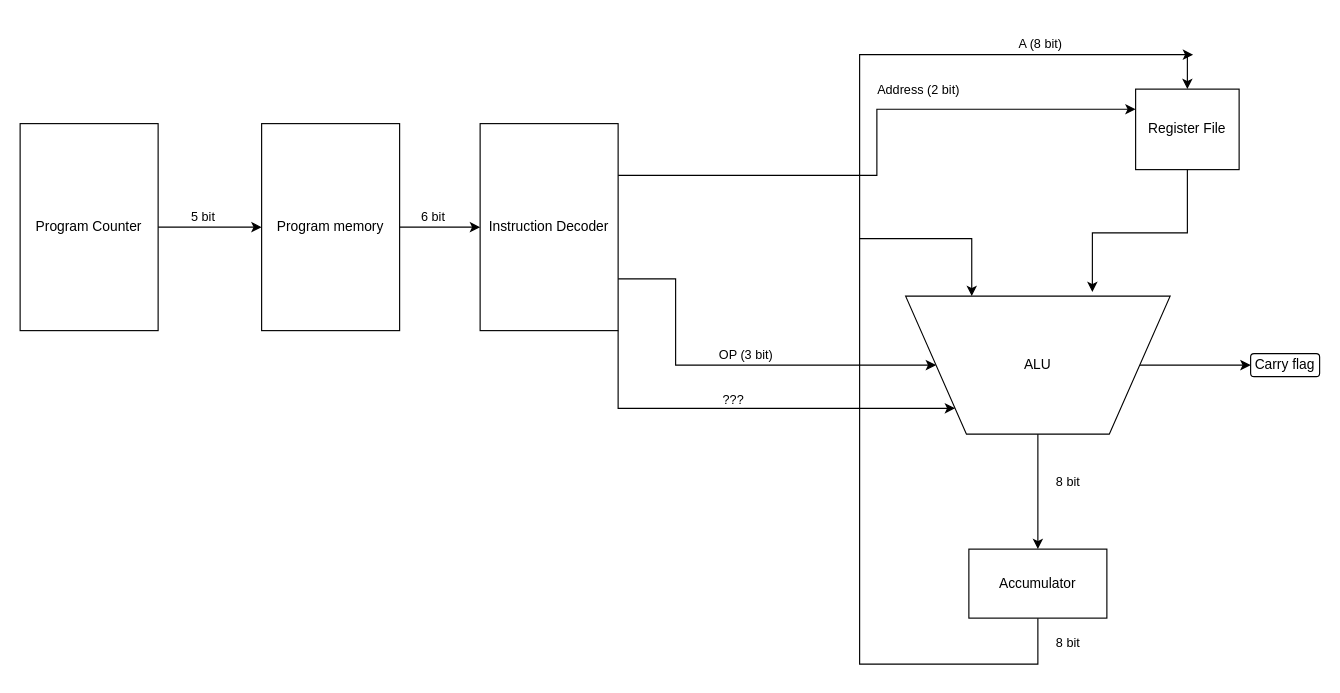
Above: Schema.drawio in sallah21/Salamander-4 (draw.io), before the change. Source tidied: cells renumbered, new cells numbered last; positions are measured from the earlier drawing's top-left corner, leaving out a move shared by most shapes. Both pictures are drawn from the tidied source at 115%, with x=0, y=0 at pixel (20, 54).
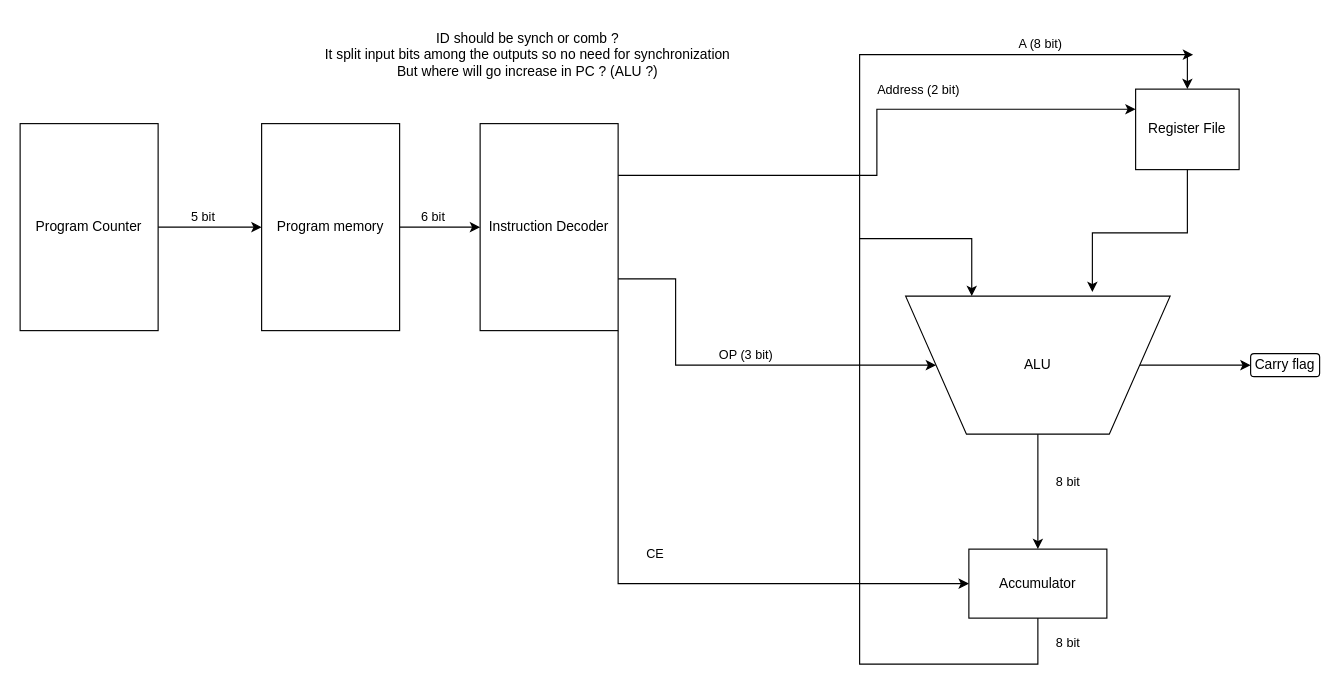
After the change.

The change refers to these unchanged cells:
```xml
<mxCell id="15" value="Instruction Decoder" style="rounded=0;whiteSpace=wrap;html=1;" parent="1" vertex="1">
  <mxGeometry x="400" y="60" width="120" height="180" as="geometry" />
</mxCell>
<mxCell id="19" value="ALU" style="verticalLabelPosition=middle;verticalAlign=middle;html=1;shape=trapezoid;perimeter=trapezoidPerimeter;whiteSpace=wrap;size=0.23;arcSize=10;flipV=1;labelPosition=center;align=center;" parent="1" vertex="1">
  <mxGeometry x="770" y="210" width="230" height="120" as="geometry" />
</mxCell>
<mxCell id="24" value="Accumulator" style="rounded=0;whiteSpace=wrap;html=1;" parent="1" vertex="1">
  <mxGeometry x="825" y="430" width="120" height="60" as="geometry" />
</mxCell>
```

Change to the diagram source:
```diff
@@
-    <mxCell id="13" style="edgeStyle=orthogonalEdgeStyle;rounded=0;jettySize=auto;html=1;exitX=1;exitY=1;exitDx=0;exitDy=0;entryX=0;entryY=1;entryDx=0;entryDy=0;" parent="1" edge="1" source="15" target="19">
+    <mxCell id="13" style="edgeStyle=orthogonalEdgeStyle;rounded=0;jettySize=auto;html=1;exitX=1;exitY=1;exitDx=0;exitDy=0;entryX=0;entryY=0.5;entryDx=0;entryDy=0;" parent="1" edge="1" source="15" target="24">
       <mxGeometry relative="1" as="geometry" />
     </mxCell>
-    <mxCell id="14" value="???" style="edgeLabel;html=1;align=center;verticalAlign=middle;" parent="13" vertex="1">
+    <mxCell id="14" value="CE" style="edgeLabel;html=1;align=center;verticalAlign=middle;" parent="13" vertex="1">
       <mxGeometry x="-0.24" y="1" relative="1" as="geometry">
         <mxPoint x="30" y="-7" as="offset" />
       </mxGeometry>
     </mxCell>
@@
+    <mxCell id="29" value="ID should be synch or comb ?&lt;br&gt;It split input bits among the outputs so no need for synchronization&lt;br&gt;But where will go increase in PC ? (ALU ?)" style="text;html=1;align=center;verticalAlign=middle;strokeColor=none;fillColor=none;" parent="1" vertex="1">
+      <mxGeometry x="251" y="-30" width="380" height="60" as="geometry" />
+    </mxCell>
```
